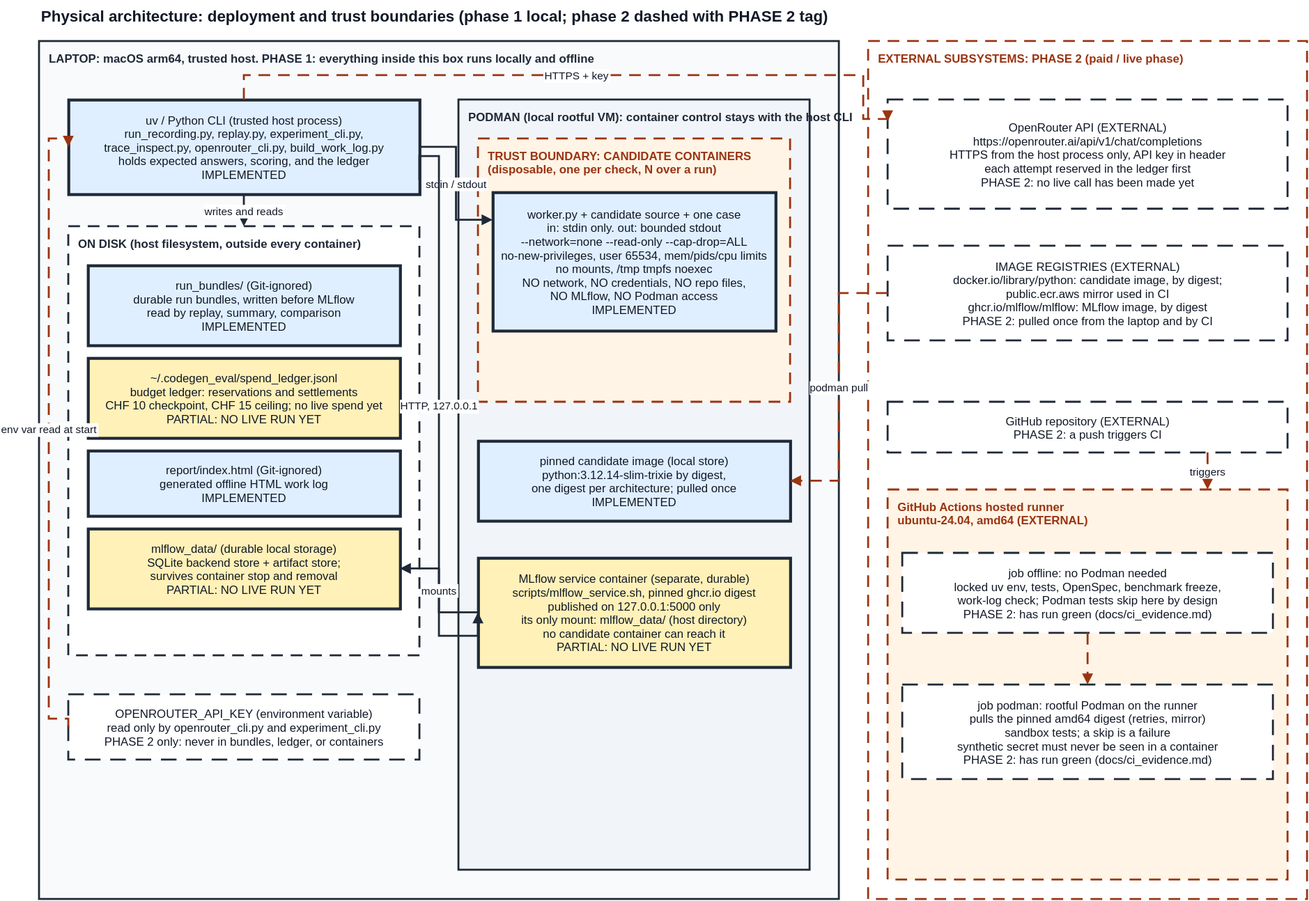
Before: docs/architecture_physical.drawio.svg, a diagram exported from draw.io (jolbax-training/cas_aml_mlops_project). Source tidied: cells renumbered, new cells last; positions are measured from the earlier drawing's top-left corner, leaving out a move shared by most shapes.
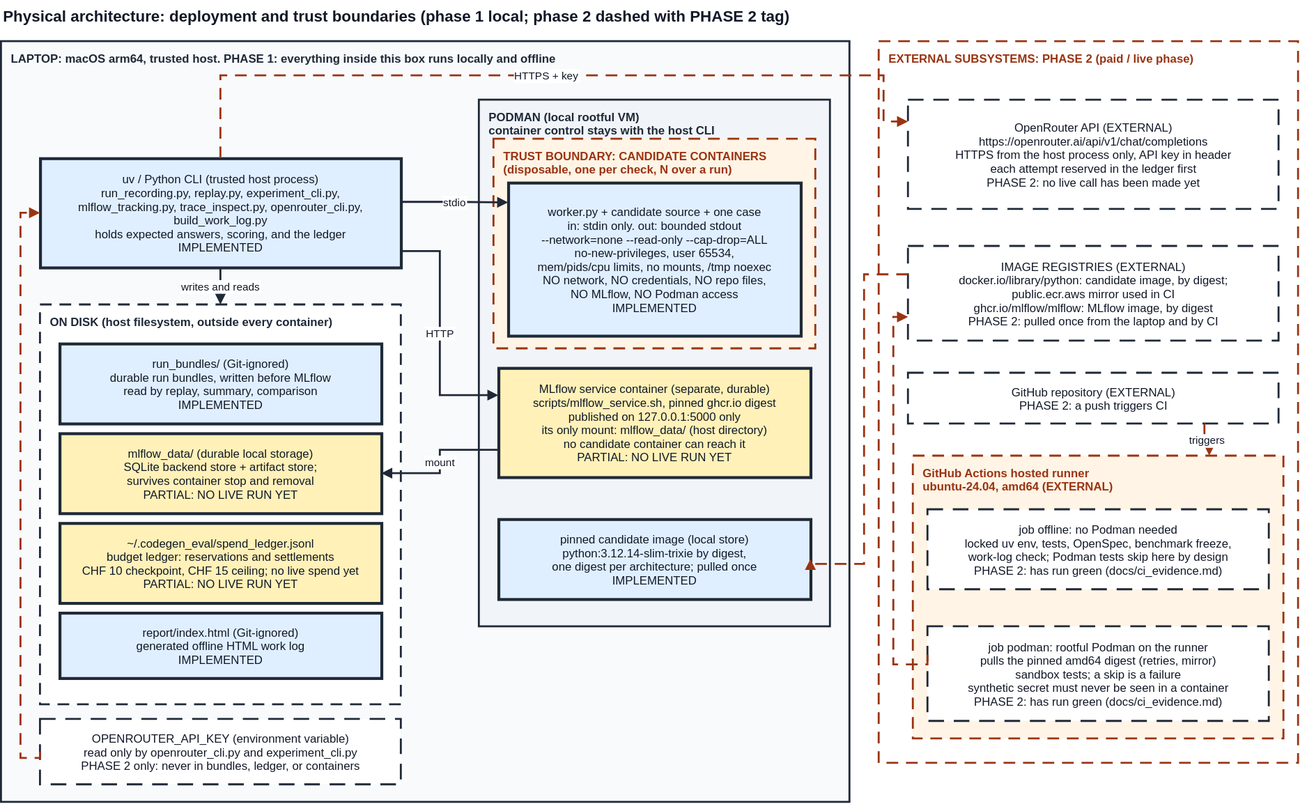
After the change.

Commit message:
Address implementation review of the architecture diagrams

Change to the diagram source:
```diff
@@ -8,38 +8,38 @@
     <mxCell id="3" value="LAPTOP: macOS arm64, trusted host. PHASE 1: everything inside this box runs locally and offline" style="rounded=0;html=0;fillColor=#F8FAFC;strokeColor=#1F2937;strokeWidth=2;verticalAlign=top;align=left;spacingLeft=8;spacingTop=4;fontSize=12;fontStyle=1;fontColor=#1F2937;fontFamily=Helvetica;" parent="1" vertex="1">
-      <mxGeometry y="42" width="820" height="880" as="geometry" />
+      <mxGeometry y="42" width="870" height="780" as="geometry" />
     </mxCell>
-    <mxCell id="4" value="uv / Python CLI (trusted host process)&#10;run_recording.py, replay.py, experiment_cli.py,&#10;trace_inspect.py, openrouter_cli.py, build_work_log.py&#10;holds expected answers, scoring, and the ledger&#10;IMPLEMENTED" style="rounded=0;html=0;fillColor=#E0EFFF;strokeColor=#1F2937;strokeWidth=3;fontSize=12;fontColor=#111827;fontFamily=Helvetica;" parent="1" vertex="1">
-      <mxGeometry x="30" y="102" width="360" height="97" as="geometry" />
+    <mxCell id="4" value="uv / Python CLI (trusted host process)&#10;run_recording.py, replay.py, experiment_cli.py,&#10;mlflow_tracking.py, trace_inspect.py, openrouter_cli.py,&#10;build_work_log.py&#10;holds expected answers, scoring, and the ledger&#10;IMPLEMENTED" style="rounded=0;html=0;fillColor=#E0EFFF;strokeColor=#1F2937;strokeWidth=3;fontSize=12;fontColor=#111827;fontFamily=Helvetica;" parent="1" vertex="1">
+      <mxGeometry x="40" y="162" width="370" height="112" as="geometry" />
     </mxCell>
     <mxCell id="5" value="ON DISK (host filesystem, outside every container)" style="rounded=0;html=0;fillColor=#FFFFFF;strokeColor=#1F2937;strokeWidth=2;dashed=1;dashPattern=6 4;verticalAlign=top;align=left;spacingLeft=8;spacingTop=4;fontSize=12;fontStyle=1;fontColor=#1F2937;fontFamily=Helvetica;" parent="1" vertex="1">
-      <mxGeometry x="30" y="232" width="360" height="440" as="geometry" />
+      <mxGeometry x="40" y="312" width="370" height="410" as="geometry" />
     </mxCell>
     <mxCell id="6" value="run_bundles/ (Git-ignored)&#10;durable run bundles, written before MLflow&#10;read by replay, summary, comparison&#10;IMPLEMENTED" style="rounded=0;html=0;fillColor=#E0EFFF;strokeColor=#1F2937;strokeWidth=3;fontSize=12;fontColor=#111827;fontFamily=Helvetica;" parent="1" vertex="1">
-      <mxGeometry x="50" y="272" width="320" height="82" as="geometry" />
+      <mxGeometry x="60" y="352" width="330" height="82" as="geometry" />
     </mxCell>
-    <mxCell id="7" value="~/.codegen_eval/spend_ledger.jsonl&#10;budget ledger: reservations and settlements&#10;CHF 10 checkpoint, CHF 15 ceiling; no live spend yet&#10;PARTIAL: NO LIVE RUN YET" style="rounded=0;html=0;fillColor=#FFF1B8;strokeColor=#1F2937;strokeWidth=3;fontSize=12;fontColor=#111827;fontFamily=Helvetica;" parent="1" vertex="1">
-      <mxGeometry x="50" y="367" width="320" height="82" as="geometry" />
+    <mxCell id="7" value="mlflow_data/ (durable local storage)&#10;SQLite backend store + artifact store;&#10;survives container stop and removal&#10;PARTIAL: NO LIVE RUN YET" style="rounded=0;html=0;fillColor=#FFF1B8;strokeColor=#1F2937;strokeWidth=3;fontSize=12;fontColor=#111827;fontFamily=Helvetica;" parent="1" vertex="1">
+      <mxGeometry x="60" y="444" width="330" height="82" as="geometry" />
     </mxCell>
-    <mxCell id="8" value="report/index.html (Git-ignored)&#10;generated offline HTML work log&#10;IMPLEMENTED" style="rounded=0;html=0;fillColor=#E0EFFF;strokeColor=#1F2937;strokeWidth=3;fontSize=12;fontColor=#111827;fontFamily=Helvetica;" parent="1" vertex="1">
-      <mxGeometry x="50" y="462" width="320" height="67" as="geometry" />
+    <mxCell id="8" value="~/.codegen_eval/spend_ledger.jsonl&#10;budget ledger: reservations and settlements&#10;CHF 10 checkpoint, CHF 15 ceiling; no live spend yet&#10;PARTIAL: NO LIVE RUN YET" style="rounded=0;html=0;fillColor=#FFF1B8;strokeColor=#1F2937;strokeWidth=3;fontSize=12;fontColor=#111827;fontFamily=Helvetica;" parent="1" vertex="1">
+      <mxGeometry x="60" y="536" width="330" height="82" as="geometry" />
     </mxCell>
-    <mxCell id="9" value="mlflow_data/ (durable local storage)&#10;SQLite backend store + artifact store;&#10;survives container stop and removal&#10;PARTIAL: NO LIVE RUN YET" style="rounded=0;html=0;fillColor=#FFF1B8;strokeColor=#1F2937;strokeWidth=3;fontSize=12;fontColor=#111827;fontFamily=Helvetica;" parent="1" vertex="1">
-      <mxGeometry x="50" y="542" width="320" height="82" as="geometry" />
+    <mxCell id="9" value="report/index.html (Git-ignored)&#10;generated offline HTML work log&#10;IMPLEMENTED" style="rounded=0;html=0;fillColor=#E0EFFF;strokeColor=#1F2937;strokeWidth=3;fontSize=12;fontColor=#111827;fontFamily=Helvetica;" parent="1" vertex="1">
+      <mxGeometry x="60" y="628" width="330" height="67" as="geometry" />
     </mxCell>
-    <mxCell id="10" value="PODMAN (local rootful VM): container control stays with the host CLI" style="rounded=0;html=0;fillColor=#F1F5F9;strokeColor=#1F2937;strokeWidth=2;verticalAlign=top;align=left;spacingLeft=8;spacingTop=4;fontSize=12;fontStyle=1;fontColor=#1F2937;fontFamily=Helvetica;" parent="1" vertex="1">
-      <mxGeometry x="430" y="102" width="360" height="790" as="geometry" />
+    <mxCell id="10" value="PODMAN (local rootful VM)&#10;container control stays with the host CLI" style="rounded=0;html=0;fillColor=#F1F5F9;strokeColor=#1F2937;strokeWidth=2;verticalAlign=top;align=left;spacingLeft=8;spacingTop=4;fontSize=12;fontStyle=1;fontColor=#1F2937;fontFamily=Helvetica;" parent="1" vertex="1">
+      <mxGeometry x="490" y="102" width="360" height="540" as="geometry" />
     </mxCell>
     <mxCell id="11" value="TRUST BOUNDARY: CANDIDATE CONTAINERS&#10;(disposable, one per check, N over a run)" style="rounded=0;html=0;fillColor=#FFF4E5;strokeColor=#9A3412;strokeWidth=2;dashed=1;dashPattern=6 4;verticalAlign=top;align=left;spacingLeft=8;spacingTop=4;fontSize=12;fontStyle=1;fontColor=#9A3412;fontFamily=Helvetica;" parent="1" vertex="1">
-      <mxGeometry x="450" y="142" width="320" height="270" as="geometry" />
+      <mxGeometry x="505" y="142" width="330" height="215" as="geometry" />
     </mxCell>
-    <mxCell id="12" value="worker.py + candidate source + one case&#10;in: stdin only. out: bounded stdout&#10;--network=none --read-only --cap-drop=ALL&#10;no-new-privileges, user 65534, mem/pids/cpu limits&#10;no mounts, /tmp tmpfs noexec&#10;NO network, NO credentials, NO repo files,&#10;NO MLflow, NO Podman access&#10;IMPLEMENTED" style="rounded=0;html=0;fillColor=#E0EFFF;strokeColor=#1F2937;strokeWidth=3;fontSize=12;fontColor=#111827;fontFamily=Helvetica;" parent="1" vertex="1">
-      <mxGeometry x="465" y="197" width="290" height="142" as="geometry" />
+    <mxCell id="12" value="worker.py + candidate source + one case&#10;in: stdin only. out: bounded stdout&#10;--network=none --read-only --cap-drop=ALL&#10;no-new-privileges, user 65534,&#10;mem/pids/cpu limits, no mounts, /tmp noexec&#10;NO network, NO credentials, NO repo files,&#10;NO MLflow, NO Podman access&#10;IMPLEMENTED" style="rounded=0;html=0;fillColor=#E0EFFF;strokeColor=#1F2937;strokeWidth=3;fontSize=12;fontColor=#111827;fontFamily=Helvetica;" parent="1" vertex="1">
+      <mxGeometry x="520" y="187" width="300" height="157" as="geometry" />
     </mxCell>
-    <mxCell id="13" value="pinned candidate image (local store)&#10;python:3.12.14-slim-trixie by digest,&#10;one digest per architecture; pulled once&#10;IMPLEMENTED" style="rounded=0;html=0;fillColor=#E0EFFF;strokeColor=#1F2937;strokeWidth=3;fontSize=12;fontColor=#111827;fontFamily=Helvetica;" parent="1" vertex="1">
-      <mxGeometry x="450" y="452" width="320" height="82" as="geometry" />
+    <mxCell id="13" value="MLflow service container (separate, durable)&#10;scripts/mlflow_service.sh, pinned ghcr.io digest&#10;published on 127.0.0.1:5000 only&#10;its only mount: mlflow_data/ (host directory)&#10;no candidate container can reach it&#10;PARTIAL: NO LIVE RUN YET" style="rounded=0;html=0;fillColor=#FFF1B8;strokeColor=#1F2937;strokeWidth=3;fontSize=12;fontColor=#111827;fontFamily=Helvetica;" parent="1" vertex="1">
+      <mxGeometry x="510" y="377" width="320" height="112" as="geometry" />
     </mxCell>
-    <mxCell id="14" value="MLflow service container (separate, durable)&#10;scripts/mlflow_service.sh, pinned ghcr.io digest&#10;published on 127.0.0.1:5000 only&#10;its only mount: mlflow_data/ (host directory)&#10;no candidate container can reach it&#10;PARTIAL: NO LIVE RUN YET" style="rounded=0;html=0;fillColor=#FFF1B8;strokeColor=#1F2937;strokeWidth=3;fontSize=12;fontColor=#111827;fontFamily=Helvetica;" parent="1" vertex="1">
-      <mxGeometry x="450" y="572" width="320" height="112" as="geometry" />
+    <mxCell id="14" value="pinned candidate image (local store)&#10;python:3.12.14-slim-trixie by digest,&#10;one digest per architecture; pulled once&#10;IMPLEMENTED" style="rounded=0;html=0;fillColor=#E0EFFF;strokeColor=#1F2937;strokeWidth=3;fontSize=12;fontColor=#111827;fontFamily=Helvetica;" parent="1" vertex="1">
+      <mxGeometry x="510" y="532" width="320" height="82" as="geometry" />
     </mxCell>
-    <mxCell id="15" value="stdin / stdout" style="edgeStyle=orthogonalEdgeStyle;html=0;rounded=0;strokeColor=#1F2937;strokeWidth=2;endArrow=block;endFill=1;fontSize=11;fontColor=#111827;fontFamily=Helvetica;labelBackgroundColor=#FFFFFF;exitX=1;exitY=0.5;exitDx=0;exitDy=0;entryX=0;entryY=0.2;entryDx=0;entryDy=0;" parent="1" edge="1" source="4" target="12">
+    <mxCell id="15" value="stdio" style="edgeStyle=orthogonalEdgeStyle;html=0;rounded=0;strokeColor=#1F2937;strokeWidth=2;endArrow=block;endFill=1;fontSize=11;fontColor=#111827;fontFamily=Helvetica;labelBackgroundColor=#FFFFFF;exitX=1;exitY=0.4;exitDx=0;exitDy=0;entryX=0;entryY=0.13;entryDx=0;entryDy=0;" parent="1" edge="1" source="4" target="12">
       <mxGeometry relative="1" as="geometry" />
@@ -49,7 +49,7 @@
     </mxCell>
-    <mxCell id="17" value="HTTP, 127.0.0.1" style="edgeStyle=orthogonalEdgeStyle;html=0;rounded=0;strokeColor=#1F2937;strokeWidth=2;endArrow=block;endFill=1;fontSize=11;fontColor=#111827;fontFamily=Helvetica;labelBackgroundColor=#FFFFFF;exitX=1;exitY=0.85;exitDx=0;exitDy=0;entryX=0;entryY=0.5;entryDx=0;entryDy=0;" parent="1" edge="1" source="4" target="14">
+    <mxCell id="17" value="HTTP" style="edgeStyle=orthogonalEdgeStyle;html=0;rounded=0;strokeColor=#1F2937;strokeWidth=2;endArrow=block;endFill=1;fontSize=11;fontColor=#111827;fontFamily=Helvetica;labelBackgroundColor=#FFFFFF;exitX=1;exitY=0.85;exitDx=0;exitDy=0;entryX=0;entryY=0.25;entryDx=0;entryDy=0;" parent="1" edge="1" source="4" target="13">
       <mxGeometry relative="1" as="geometry">
         <Array as="points">
-          <mxPoint x="410" y="160" />
-          <mxPoint x="410" y="652" />
+          <mxPoint x="450" y="257" />
+          <mxPoint x="450" y="405" />
         </Array>
@@ -57,3 +57,3 @@
     </mxCell>
-    <mxCell id="18" value="mounts" style="edgeStyle=orthogonalEdgeStyle;html=0;rounded=0;strokeColor=#1F2937;strokeWidth=2;endArrow=block;endFill=1;fontSize=11;fontColor=#111827;fontFamily=Helvetica;labelBackgroundColor=#FFFFFF;exitX=0;exitY=0.5;exitDx=0;exitDy=0;entryX=1;entryY=0.5;entryDx=0;entryDy=0;" parent="1" edge="1" source="14" target="9">
+    <mxCell id="18" value="mount" style="edgeStyle=orthogonalEdgeStyle;html=0;rounded=0;strokeColor=#1F2937;strokeWidth=2;endArrow=block;endFill=1;fontSize=11;fontColor=#111827;fontFamily=Helvetica;labelBackgroundColor=#FFFFFF;exitX=0;exitY=0.75;exitDx=0;exitDy=0;entryX=1;entryY=0.5;entryDx=0;entryDy=0;" parent="1" edge="1" source="13" target="7">
       <mxGeometry relative="1" as="geometry" />
@@ -62,30 +62,30 @@
     <mxCell id="20" value="OPENROUTER_API_KEY (environment variable)&#10;read only by openrouter_cli.py and experiment_cli.py&#10;PHASE 2 only: never in bundles, ledger, or containers" style="rounded=0;html=0;fillColor=#FFFFFF;strokeColor=#1F2937;strokeWidth=2;dashed=1;dashPattern=8 5;fontSize=12;fontColor=#111827;fontFamily=Helvetica;" parent="19" vertex="1">
-      <mxGeometry x="30" y="712" width="360" height="67" as="geometry" />
+      <mxGeometry x="40" y="737" width="370" height="67" as="geometry" />
     </mxCell>
     <mxCell id="21" value="EXTERNAL SUBSYSTEMS: PHASE 2 (paid / live phase)" style="rounded=0;html=0;fillColor=#FFFFFF;strokeColor=#9A3412;strokeWidth=2;dashed=1;dashPattern=6 4;verticalAlign=top;align=left;spacingLeft=8;spacingTop=4;fontSize=12;fontStyle=1;fontColor=#9A3412;fontFamily=Helvetica;" parent="19" vertex="1">
-      <mxGeometry x="850" y="42" width="450" height="880" as="geometry" />
+      <mxGeometry x="900" y="42" width="430" height="740" as="geometry" />
     </mxCell>
     <mxCell id="22" value="OpenRouter API (EXTERNAL)&#10;https://openrouter.ai/api/v1/chat/completions&#10;HTTPS from the host process only, API key in header&#10;each attempt reserved in the ledger first&#10;PHASE 2: no live call has been made yet" style="rounded=0;html=0;fillColor=#FFFFFF;strokeColor=#1F2937;strokeWidth=2;dashed=1;dashPattern=8 5;fontSize=12;fontColor=#111827;fontFamily=Helvetica;" parent="19" vertex="1">
-      <mxGeometry x="870" y="102" width="410" height="112" as="geometry" />
+      <mxGeometry x="930" y="102" width="380" height="112" as="geometry" />
     </mxCell>
     <mxCell id="23" value="IMAGE REGISTRIES (EXTERNAL)&#10;docker.io/library/python: candidate image, by digest;&#10;public.ecr.aws mirror used in CI&#10;ghcr.io/mlflow/mlflow: MLflow image, by digest&#10;PHASE 2: pulled once from the laptop and by CI" style="rounded=0;html=0;fillColor=#FFFFFF;strokeColor=#1F2937;strokeWidth=2;dashed=1;dashPattern=8 5;fontSize=12;fontColor=#111827;fontFamily=Helvetica;" parent="19" vertex="1">
-      <mxGeometry x="870" y="252" width="410" height="97" as="geometry" />
+      <mxGeometry x="930" y="252" width="380" height="97" as="geometry" />
     </mxCell>
     <mxCell id="24" value="GitHub repository (EXTERNAL)&#10;PHASE 2: a push triggers CI" style="rounded=0;html=0;fillColor=#FFFFFF;strokeColor=#1F2937;strokeWidth=2;dashed=1;dashPattern=8 5;fontSize=12;fontColor=#111827;fontFamily=Helvetica;" parent="19" vertex="1">
-      <mxGeometry x="870" y="412" width="410" height="52" as="geometry" />
+      <mxGeometry x="930" y="382" width="380" height="52" as="geometry" />
     </mxCell>
     <mxCell id="25" value="GitHub Actions hosted runner&#10;ubuntu-24.04, amd64 (EXTERNAL)" style="rounded=0;html=0;fillColor=#FFF4E5;strokeColor=#9A3412;strokeWidth=2;dashed=1;dashPattern=6 4;verticalAlign=top;align=left;spacingLeft=8;spacingTop=4;fontSize=12;fontStyle=1;fontColor=#9A3412;fontFamily=Helvetica;" parent="19" vertex="1">
-      <mxGeometry x="870" y="502" width="410" height="400" as="geometry" />
+      <mxGeometry x="935" y="467" width="380" height="290" as="geometry" />
     </mxCell>
     <mxCell id="26" value="job offline: no Podman needed&#10;locked uv env, tests, OpenSpec, benchmark freeze,&#10;work-log check; Podman tests skip here by design&#10;PHASE 2: has run green (docs/ci_evidence.md)" style="rounded=0;html=0;fillColor=#FFFFFF;strokeColor=#1F2937;strokeWidth=2;dashed=1;dashPattern=8 5;fontSize=12;fontColor=#111827;fontFamily=Helvetica;" parent="19" vertex="1">
-      <mxGeometry x="885" y="567" width="380" height="82" as="geometry" />
+      <mxGeometry x="950" y="522" width="350" height="82" as="geometry" />
     </mxCell>
     <mxCell id="27" value="job podman: rootful Podman on the runner&#10;pulls the pinned amd64 digest (retries, mirror)&#10;sandbox tests; a skip is a failure&#10;synthetic secret must never be seen in a container&#10;PHASE 2: has run green (docs/ci_evidence.md)" style="rounded=0;html=0;fillColor=#FFFFFF;strokeColor=#1F2937;strokeWidth=2;dashed=1;dashPattern=8 5;fontSize=12;fontColor=#111827;fontFamily=Helvetica;" parent="19" vertex="1">
-      <mxGeometry x="885" y="702" width="380" height="97" as="geometry" />
+      <mxGeometry x="950" y="642" width="350" height="97" as="geometry" />
     </mxCell>
-    <mxCell id="28" value="env var read at start" style="edgeStyle=orthogonalEdgeStyle;html=0;rounded=0;strokeColor=#9A3412;strokeWidth=2;dashed=1;dashPattern=6 4;endArrow=block;endFill=1;fontSize=11;fontColor=#111827;fontFamily=Helvetica;labelBackgroundColor=#FFFFFF;exitX=0;exitY=0.5;exitDx=0;exitDy=0;entryX=0;entryY=0.5;entryDx=0;entryDy=0;" parent="19" edge="1" source="20" target="4">
+    <mxCell id="28" style="edgeStyle=orthogonalEdgeStyle;html=0;rounded=0;strokeColor=#9A3412;strokeWidth=2;dashed=1;dashPattern=6 4;endArrow=block;endFill=1;fontSize=11;fontColor=#111827;fontFamily=Helvetica;labelBackgroundColor=#FFFFFF;exitX=0;exitY=0.5;exitDx=0;exitDy=0;entryX=0;entryY=0.5;entryDx=0;entryDy=0;" parent="19" edge="1" source="20" target="4">
       <mxGeometry relative="1" as="geometry">
         <Array as="points">
-          <mxPoint x="10" y="737" />
-          <mxPoint x="10" y="142" />
+          <mxPoint x="20" y="777" />
+          <mxPoint x="20" y="218" />
         </Array>
@@ -96,5 +96,5 @@
         <Array as="points">
-          <mxPoint x="210" y="77" />
-          <mxPoint x="845" y="77" />
-          <mxPoint x="845" y="122" />
+          <mxPoint x="225" y="77" />
+          <mxPoint x="905" y="77" />
+          <mxPoint x="905" y="124" />
         </Array>
@@ -102,9 +102,19 @@
     </mxCell>
-    <mxCell id="30" value="podman pull" style="edgeStyle=orthogonalEdgeStyle;html=0;rounded=0;strokeColor=#9A3412;strokeWidth=2;dashed=1;dashPattern=6 4;endArrow=block;endFill=1;fontSize=11;fontColor=#111827;fontFamily=Helvetica;labelBackgroundColor=#FFFFFF;exitX=0;exitY=0.5;exitDx=0;exitDy=0;entryX=1;entryY=0.5;entryDx=0;entryDy=0;" parent="19" edge="1" source="23" target="13">
-      <mxGeometry relative="1" as="geometry" />
+    <mxCell id="30" style="edgeStyle=orthogonalEdgeStyle;html=0;rounded=0;strokeColor=#9A3412;strokeWidth=2;dashed=1;dashPattern=6 4;endArrow=block;endFill=1;fontSize=11;fontColor=#111827;fontFamily=Helvetica;labelBackgroundColor=#FFFFFF;exitX=0;exitY=0.3;exitDx=0;exitDy=0;entryX=1;entryY=0.5;entryDx=0;entryDy=0;" parent="19" edge="1" source="23" target="14">
+      <mxGeometry relative="1" as="geometry">
+        <Array as="points">
+          <mxPoint x="885" y="281" />
+          <mxPoint x="885" y="578" />
+        </Array>
+      </mxGeometry>
     </mxCell>
-    <mxCell id="31" value="triggers" style="edgeStyle=orthogonalEdgeStyle;html=0;rounded=0;strokeColor=#9A3412;strokeWidth=2;dashed=1;dashPattern=6 4;endArrow=block;endFill=1;fontSize=11;fontColor=#111827;fontFamily=Helvetica;labelBackgroundColor=#FFFFFF;exitX=0.8;exitY=1;exitDx=0;exitDy=0;entryX=0.8;entryY=0;entryDx=0;entryDy=0;" parent="19" edge="1" source="24" target="25">
-      <mxGeometry relative="1" as="geometry" />
+    <mxCell id="31" style="edgeStyle=orthogonalEdgeStyle;html=0;rounded=0;strokeColor=#9A3412;strokeWidth=2;dashed=1;dashPattern=6 4;endArrow=block;endFill=1;fontSize=11;fontColor=#111827;fontFamily=Helvetica;labelBackgroundColor=#FFFFFF;exitX=0;exitY=0.3;exitDx=0;exitDy=0;entryX=0;entryY=0.75;entryDx=0;entryDy=0;" parent="19" edge="1" source="27" target="23">
+      <mxGeometry relative="1" as="geometry">
+        <Array as="points">
+          <mxPoint x="915" y="681" />
+          <mxPoint x="915" y="325" />
+        </Array>
+      </mxGeometry>
     </mxCell>
-    <mxCell id="32" style="edgeStyle=orthogonalEdgeStyle;html=0;rounded=0;strokeColor=#9A3412;strokeWidth=2;dashed=1;dashPattern=6 4;endArrow=block;endFill=1;fontSize=11;fontColor=#111827;fontFamily=Helvetica;labelBackgroundColor=#FFFFFF;exitX=0.5;exitY=1;exitDx=0;exitDy=0;entryX=0.5;entryY=0;entryDx=0;entryDy=0;" parent="19" edge="1" source="26" target="27">
+    <mxCell id="32" value="triggers" style="edgeStyle=orthogonalEdgeStyle;html=0;rounded=0;strokeColor=#9A3412;strokeWidth=2;dashed=1;dashPattern=6 4;endArrow=block;endFill=1;fontSize=11;fontColor=#111827;fontFamily=Helvetica;labelBackgroundColor=#FFFFFF;exitX=0.8;exitY=1;exitDx=0;exitDy=0;entryX=0.8;entryY=0;entryDx=0;entryDy=0;" parent="19" edge="1" source="24" target="25">
       <mxGeometry relative="1" as="geometry" />
```
